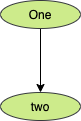
This is sample.drawio.png from adithnaveen/sapient-apr-2021-xt, a draw.io export, as it was before one commit. Source tidied: cells renumbered, new cells last; positions are measured from the earlier drawing's top-left corner, leaving out a move shared by most shapes.
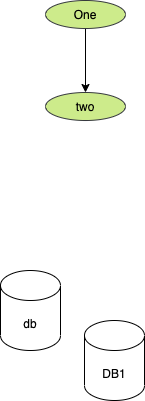
After the commit.

The edit, as a diff of the source:
```diff
@@ -11,5 +11,11 @@
     <mxCell id="4" value="&lt;font color=&quot;#000000&quot;&gt;two&lt;/font&gt;" style="ellipse;whiteSpace=wrap;html=1;fillColor=#cdeb8b;strokeColor=#36393d;" parent="1" vertex="1">
       <mxGeometry y="92" width="80" height="28" as="geometry" />
     </mxCell>
+    <mxCell id="5" value="db" style="shape=cylinder3;whiteSpace=wrap;html=1;boundedLbl=1;backgroundOutline=1;size=15;" parent="1" vertex="1">
+      <mxGeometry x="-45" y="270" width="60" height="80" as="geometry" />
+    </mxCell>
+    <mxCell id="6" value="DB1" style="shape=cylinder3;whiteSpace=wrap;html=1;boundedLbl=1;backgroundOutline=1;size=15;" parent="1" vertex="1">
+      <mxGeometry x="39" y="320" width="60" height="80" as="geometry" />
+    </mxCell>
   </root>
 </mxGraphModel>
```
